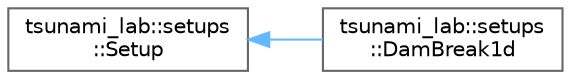
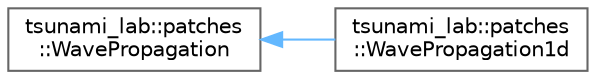
digraph "Graphical Class Hierarchy"
{
 // LATEX_PDF_SIZE
  bgcolor="transparent";
  edge [fontname=Helvetica,fontsize=10,labelfontname=Helvetica,labelfontsize=10];
  node [fontname=Helvetica,fontsize=10,shape=box,height=0.2,width=0.4];
  rankdir="LR";
-   Node0 [id="Node000000",label="tsunami_lab::setups\l::Setup",height=0.2,width=0.4,color="grey40", fillcolor="white", style="filled",URL="$classtsunami__lab_1_1setups_1_1Setup.html",tooltip=" "];
-   Node0 -> Node1 [id="edge2_Node000000_Node000001",dir="back",color="steelblue1",style="solid",tooltip=" "];
-   Node1 [id="Node000001",label="tsunami_lab::setups\l::DamBreak1d",height=0.2,width=0.4,color="grey40", fillcolor="white", style="filled",URL="$classtsunami__lab_1_1setups_1_1DamBreak1d.html",tooltip=" "];
+   Node0 [id="Node000000",label="tsunami_lab::patches\l::WavePropagation",height=0.2,width=0.4,color="grey40", fillcolor="white", style="filled",URL="$classtsunami__lab_1_1patches_1_1WavePropagation.html",tooltip=" "];
+   Node0 -> Node1 [id="edge1_Node000000_Node000001",dir="back",color="steelblue1",style="solid",tooltip=" "];
+   Node1 [id="Node000001",label="tsunami_lab::patches\l::WavePropagation1d",height=0.2,width=0.4,color="grey40", fillcolor="white", style="filled",URL="$classtsunami__lab_1_1patches_1_1WavePropagation1d.html",tooltip=" "];
}
